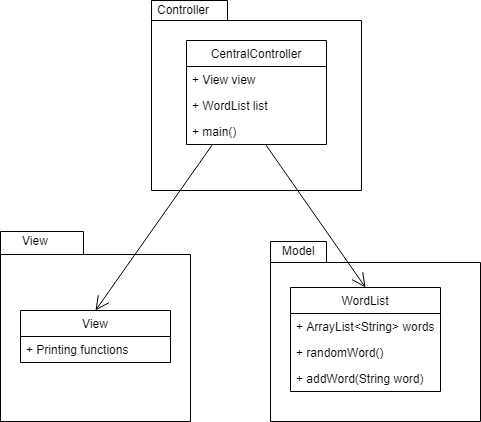
Earlier version of the draw.io export Documentation/Class Diagram - Hangman.png (elaktomte/1dv600---Hangman). Source tidied: cells renumbered, new cells last; positions are measured from the earlier drawing's top-left corner, leaving out a move shared by most shapes.
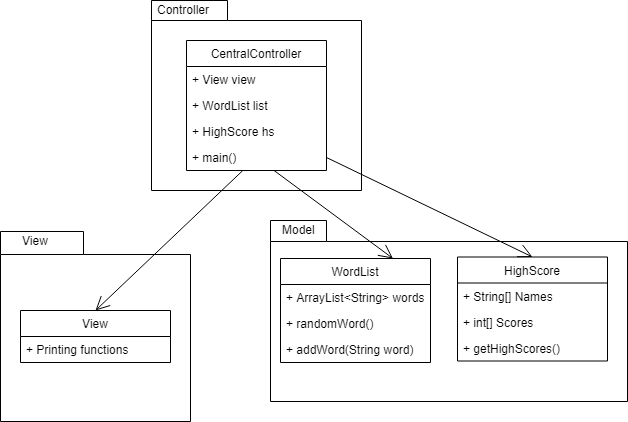
After the change.

What changed in the source:
```diff
@@ -21,13 +21,13 @@
       <mxGeometry x="155" width="70" height="20" as="geometry" />
     </mxCell>
     <mxCell id="8" style="shape=folder;fontStyle=1;spacingTop=10;tabWidth=56;tabHeight=21;tabPosition=left;html=1;" parent="1" vertex="1">
-      <mxGeometry x="270" y="241" width="210" height="180" as="geometry" />
+      <mxGeometry x="270" y="220" width="357" height="181" as="geometry" />
     </mxCell>
     <mxCell id="9" value="Model" style="text;html=1;align=left;verticalAlign=top;spacingTop=-4;" parent="1" vertex="1">
-      <mxGeometry x="280" y="241" width="50" height="20" as="geometry" />
+      <mxGeometry x="280" y="219.5" width="50" height="20" as="geometry" />
     </mxCell>
     <mxCell id="10" value="WordList" style="swimlane;fontStyle=0;horizontal=1;startSize=26;fillColor=none;" parent="1" vertex="1">
-      <mxGeometry x="290" y="287" width="150" height="104" as="geometry" />
+      <mxGeometry x="280" y="258" width="150" height="104" as="geometry" />
     </mxCell>
     <mxCell id="11" value="+ ArrayList&lt;String&gt; words" style="text;strokeColor=none;fillColor=none;align=left;verticalAlign=top;spacingLeft=4;spacingRight=4;overflow=hidden;" parent="10" vertex="1">
       <mxGeometry y="26" width="150" height="26" as="geometry" />
@@ -39,7 +39,7 @@
       <mxGeometry y="78" width="150" height="26" as="geometry" />
     </mxCell>
     <mxCell id="14" value="CentralController" style="swimlane;fontStyle=0;horizontal=1;startSize=26;fillColor=none;" parent="1" vertex="1">
-      <mxGeometry x="186" y="40" width="140" height="104" as="geometry" />
+      <mxGeometry x="186" y="40" width="140" height="130" as="geometry" />
     </mxCell>
     <mxCell id="15" value="+ View view" style="text;strokeColor=none;fillColor=none;align=left;verticalAlign=top;spacingLeft=4;spacingRight=4;overflow=hidden;" parent="14" vertex="1">
       <mxGeometry y="26" width="140" height="26" as="geometry" />
@@ -47,14 +47,32 @@
     <mxCell id="16" value="+ WordList list" style="text;strokeColor=none;fillColor=none;align=left;verticalAlign=top;spacingLeft=4;spacingRight=4;overflow=hidden;" parent="14" vertex="1">
       <mxGeometry y="52" width="140" height="26" as="geometry" />
     </mxCell>
-    <mxCell id="17" value="+ main()" style="text;strokeColor=none;fillColor=none;align=left;verticalAlign=top;spacingLeft=4;spacingRight=4;overflow=hidden;points=[[0,0.5],[1,0.5]];portConstraint=eastwest;" parent="14" vertex="1">
+    <mxCell id="17" value="+ HighScore hs" style="text;strokeColor=none;fillColor=none;align=left;verticalAlign=top;spacingLeft=4;spacingRight=4;overflow=hidden;points=[[0,0.5],[1,0.5]];portConstraint=eastwest;" parent="14" vertex="1">
       <mxGeometry y="78" width="140" height="26" as="geometry" />
     </mxCell>
+    <mxCell id="20" value="+ main()" style="text;strokeColor=none;fillColor=none;align=left;verticalAlign=top;spacingLeft=4;spacingRight=4;overflow=hidden;points=[[0,0.5],[1,0.5]];portConstraint=eastwest;" parent="14" vertex="1">
+      <mxGeometry y="104" width="140" height="26" as="geometry" />
+    </mxCell>
-    <mxCell id="18" style="endArrow=open;endFill=1;endSize=12;html=1;entryX=0.5;entryY=0;entryDx=0;entryDy=0;" parent="1" edge="1" source="17" target="10">
+    <mxCell id="18" style="endArrow=open;endFill=1;endSize=12;html=1;entryX=0.75;entryY=0;entryDx=0;entryDy=0;" parent="1" edge="1" source="20" target="10">
       <mxGeometry relative="1" as="geometry" />
     </mxCell>
-    <mxCell id="19" style="endArrow=open;endFill=1;endSize=12;html=1;exitX=0.186;exitY=1;exitDx=0;exitDy=0;exitPerimeter=0;entryX=0.5;entryY=0;entryDx=0;entryDy=0;" parent="1" edge="1" source="17" target="4">
+    <mxCell id="19" style="endArrow=open;endFill=1;endSize=12;html=1;entryX=0.5;entryY=0;entryDx=0;entryDy=0;" parent="1" edge="1" source="20" target="4">
       <mxGeometry relative="1" as="geometry" />
     </mxCell>
+    <mxCell id="21" value="HighScore" style="swimlane;fontStyle=0;horizontal=1;startSize=26;fillColor=none;" parent="1" vertex="1">
+      <mxGeometry x="457" y="256.5" width="150" height="104" as="geometry" />
+    </mxCell>
+    <mxCell id="22" value="+ String[] Names" style="text;strokeColor=none;fillColor=none;align=left;verticalAlign=top;spacingLeft=4;spacingRight=4;overflow=hidden;" parent="21" vertex="1">
+      <mxGeometry y="26" width="150" height="26" as="geometry" />
+    </mxCell>
+    <mxCell id="23" value="+ int[] Scores" style="text;strokeColor=none;fillColor=none;align=left;verticalAlign=top;spacingLeft=4;spacingRight=4;overflow=hidden;" parent="21" vertex="1">
+      <mxGeometry y="52" width="150" height="26" as="geometry" />
+    </mxCell>
+    <mxCell id="24" value="+ getHighScores()" style="text;strokeColor=none;fillColor=none;align=left;verticalAlign=top;spacingLeft=4;spacingRight=4;overflow=hidden;" parent="21" vertex="1">
+      <mxGeometry y="78" width="150" height="26" as="geometry" />
+    </mxCell>
+    <mxCell id="25" style="endArrow=open;endFill=1;endSize=12;html=1;entryX=0.5;entryY=0;entryDx=0;entryDy=0;exitX=1;exitY=0.5;exitDx=0;exitDy=0;" parent="1" edge="1" source="20" target="21">
+      <mxGeometry relative="1" as="geometry" />
+    </mxCell>
   </root>
 </mxGraphModel>
```
